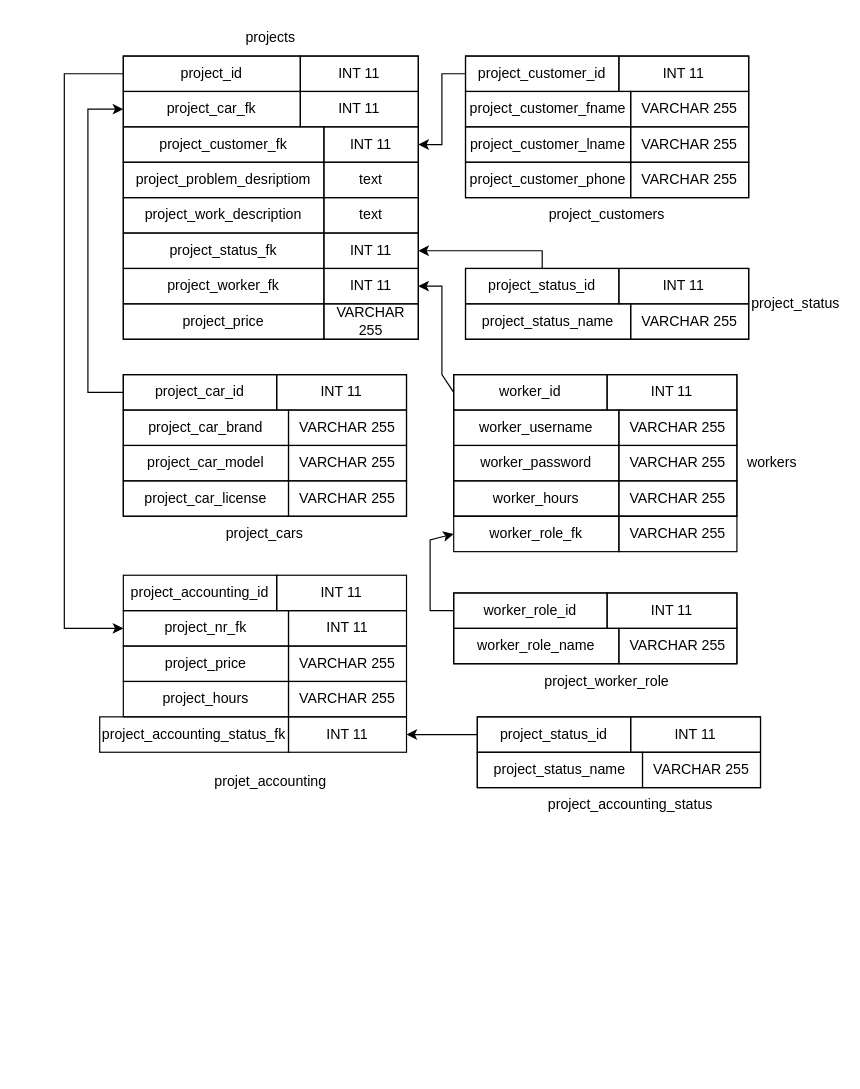
Earlier version of the draw.io diagram plans/av_web_slutproject_databas_diagram.drawio (RasLin1/av_web_uppg3). Source tidied: cells renumbered, new cells numbered last; positions are measured from the earlier drawing's top-left corner, leaving out a move shared by most shapes. Both pictures are drawn from the tidied source at 118%, with x=0, y=0 at pixel (64, 20).
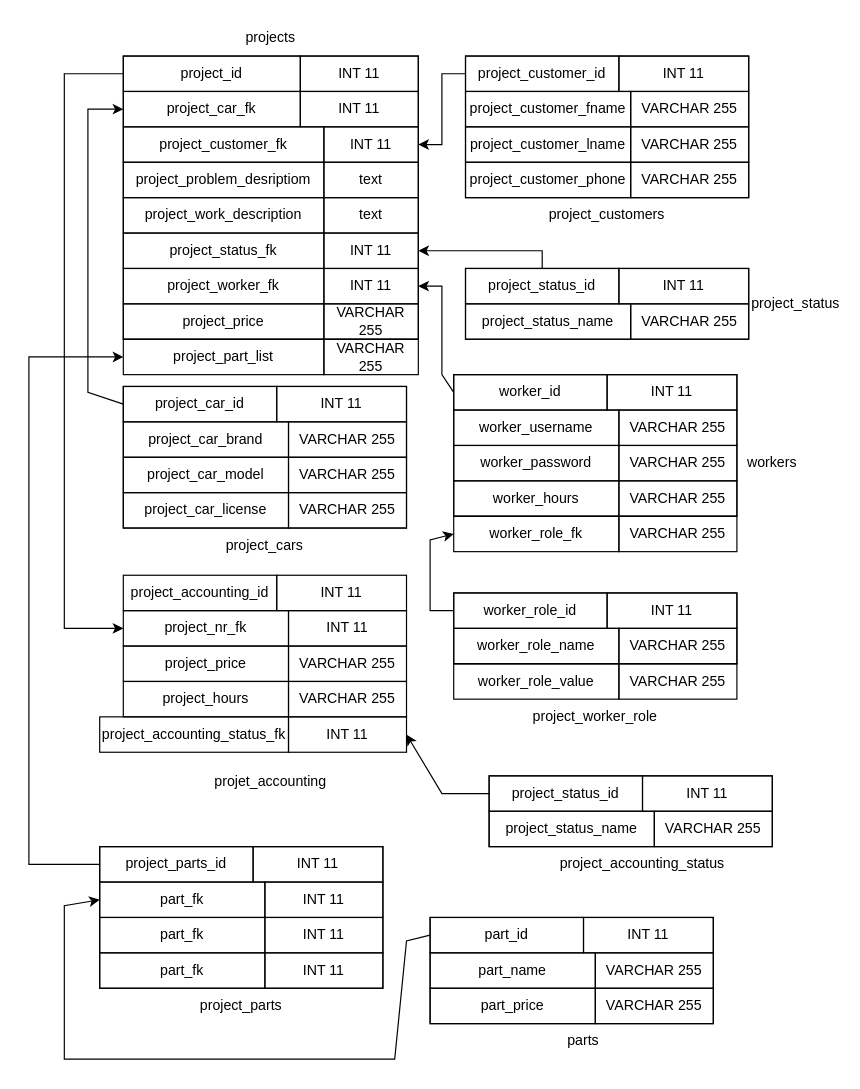
The same page after the edit.

Unchanged cells that the change refers to:
```xml
<mxCell id="58" value="INT 11" style="text;html=1;align=center;verticalAlign=middle;whiteSpace=wrap;rounded=0;strokeColor=default;" parent="1" vertex="1">
  <mxGeometry x="190" y="590" width="100" height="30" as="geometry" />
</mxCell>
```

Change to the diagram source:
```diff
@@
     <mxCell id="27" style="rounded=0;whiteSpace=wrap;html=1;" parent="1" vertex="1">
-      <mxGeometry x="50" y="300" width="240" height="120" as="geometry" />
+      <mxGeometry x="50" y="310" width="240" height="120" as="geometry" />
     </mxCell>
     <mxCell id="28" value="project_car_id" style="text;html=1;align=center;verticalAlign=middle;whiteSpace=wrap;rounded=0;strokeColor=default;" parent="1" vertex="1">
-      <mxGeometry x="50" y="300" width="130" height="30" as="geometry" />
+      <mxGeometry x="50" y="310" width="130" height="30" as="geometry" />
     </mxCell>
     <mxCell id="29" value="INT 11" style="text;html=1;align=center;verticalAlign=middle;whiteSpace=wrap;rounded=0;strokeColor=default;" parent="1" vertex="1">
-      <mxGeometry x="180" y="300" width="110" height="30" as="geometry" />
+      <mxGeometry x="180" y="310" width="110" height="30" as="geometry" />
     </mxCell>
     <mxCell id="30" value="project_car_brand" style="text;html=1;align=center;verticalAlign=middle;whiteSpace=wrap;rounded=0;strokeColor=default;" parent="1" vertex="1">
-      <mxGeometry x="50" y="330" width="140" height="30" as="geometry" />
+      <mxGeometry x="50" y="340" width="140" height="30" as="geometry" />
     </mxCell>
     <mxCell id="31" value="VARCHAR 255" style="text;html=1;align=center;verticalAlign=middle;whiteSpace=wrap;rounded=0;strokeColor=default;" parent="1" vertex="1">
-      <mxGeometry x="190" y="330" width="100" height="30" as="geometry" />
+      <mxGeometry x="190" y="340" width="100" height="30" as="geometry" />
     </mxCell>
     <mxCell id="32" value="project_car_model" style="text;html=1;align=center;verticalAlign=middle;whiteSpace=wrap;rounded=0;strokeColor=default;" parent="1" vertex="1">
-      <mxGeometry x="50" y="360" width="140" height="30" as="geometry" />
+      <mxGeometry x="50" y="370" width="140" height="30" as="geometry" />
     </mxCell>
     <mxCell id="33" value="VARCHAR 255" style="text;html=1;align=center;verticalAlign=middle;whiteSpace=wrap;rounded=0;strokeColor=default;" parent="1" vertex="1">
-      <mxGeometry x="190" y="360" width="100" height="30" as="geometry" />
+      <mxGeometry x="190" y="370" width="100" height="30" as="geometry" />
     </mxCell>
     <mxCell id="34" value="project_car_license" style="text;html=1;align=center;verticalAlign=middle;whiteSpace=wrap;rounded=0;strokeColor=default;" parent="1" vertex="1">
-      <mxGeometry x="50" y="390" width="140" height="30" as="geometry" />
+      <mxGeometry x="50" y="400" width="140" height="30" as="geometry" />
     </mxCell>
     <mxCell id="35" value="VARCHAR 255" style="text;html=1;align=center;verticalAlign=middle;whiteSpace=wrap;rounded=0;strokeColor=default;" parent="1" vertex="1">
-      <mxGeometry x="190" y="390" width="100" height="30" as="geometry" />
+      <mxGeometry x="190" y="400" width="100" height="30" as="geometry" />
     </mxCell>
     <mxCell id="36" value="project_cars" style="text;html=1;align=center;verticalAlign=middle;whiteSpace=wrap;rounded=0;" parent="1" vertex="1">
-      <mxGeometry x="140" y="420" width="60" height="30" as="geometry" />
+      <mxGeometry x="140" y="430" width="60" height="30" as="geometry" />
     </mxCell>
@@
     <mxCell id="59" style="rounded=0;whiteSpace=wrap;html=1;" parent="1" vertex="1">
-      <mxGeometry x="350" y="590" width="240" height="60" as="geometry" />
+      <mxGeometry x="360" y="640" width="240" height="60" as="geometry" />
     </mxCell>
     <mxCell id="60" value="project_status_id" style="text;html=1;align=center;verticalAlign=middle;whiteSpace=wrap;rounded=0;strokeColor=default;" parent="1" vertex="1">
-      <mxGeometry x="350" y="590" width="130" height="30" as="geometry" />
+      <mxGeometry x="360" y="640" width="130" height="30" as="geometry" />
     </mxCell>
     <mxCell id="61" value="INT 11" style="text;html=1;align=center;verticalAlign=middle;whiteSpace=wrap;rounded=0;strokeColor=default;" parent="1" vertex="1">
-      <mxGeometry x="480" y="590" width="110" height="30" as="geometry" />
+      <mxGeometry x="490" y="640" width="110" height="30" as="geometry" />
     </mxCell>
     <mxCell id="62" value="project_status_name" style="text;html=1;align=center;verticalAlign=middle;whiteSpace=wrap;rounded=0;strokeColor=default;" parent="1" vertex="1">
-      <mxGeometry x="350" y="620" width="140" height="30" as="geometry" />
+      <mxGeometry x="360" y="670" width="140" height="30" as="geometry" />
     </mxCell>
     <mxCell id="63" value="VARCHAR 255" style="text;html=1;align=center;verticalAlign=middle;whiteSpace=wrap;rounded=0;strokeColor=default;" parent="1" vertex="1">
-      <mxGeometry x="490" y="620" width="100" height="30" as="geometry" />
+      <mxGeometry x="500" y="670" width="100" height="30" as="geometry" />
     </mxCell>
@@
     <mxCell id="65" value="project_accounting_status" style="text;html=1;align=center;verticalAlign=middle;whiteSpace=wrap;rounded=0;" parent="1" vertex="1">
-      <mxGeometry x="450" y="650" width="60" height="30" as="geometry" />
+      <mxGeometry x="460" y="700" width="60" height="30" as="geometry" />
     </mxCell>
     <mxCell id="66" style="endArrow=classic;html=1;rounded=0;exitX=0;exitY=0.5;exitDx=0;exitDy=0;entryX=1;entryY=0.5;entryDx=0;entryDy=0;" parent="1" edge="1" source="60" target="58">
       <mxGeometry relative="1" as="geometry">
         <Array as="points">
-          <mxPoint x="330" y="605" />
+          <mxPoint x="320" y="655" />
         </Array>
       </mxGeometry>
     </mxCell>
@@
     <mxCell id="85" value="project_worker_role" style="text;html=1;align=center;verticalAlign=middle;whiteSpace=wrap;rounded=0;" parent="1" vertex="1">
-      <mxGeometry x="430" y="545" width="60" height="30" as="geometry" />
+      <mxGeometry x="420" y="575" width="60" height="30" as="geometry" />
     </mxCell>
@@
+    <mxCell id="89" value="worker_role_value" style="text;html=1;align=center;verticalAlign=middle;whiteSpace=wrap;rounded=0;strokeColor=default;" parent="1" vertex="1">
+      <mxGeometry x="330" y="545" width="140" height="30" as="geometry" />
+    </mxCell>
+    <mxCell id="90" value="VARCHAR 255" style="text;html=1;align=center;verticalAlign=middle;whiteSpace=wrap;rounded=0;strokeColor=default;" parent="1" vertex="1">
+      <mxGeometry x="470" y="545" width="100" height="30" as="geometry" />
+    </mxCell>
+    <mxCell id="91" style="rounded=0;whiteSpace=wrap;html=1;" parent="1" vertex="1">
+      <mxGeometry x="30" y="700" width="240" height="120" as="geometry" />
+    </mxCell>
+    <mxCell id="92" value="project_parts_id" style="text;html=1;align=center;verticalAlign=middle;whiteSpace=wrap;rounded=0;strokeColor=default;" parent="1" vertex="1">
+      <mxGeometry x="30" y="700" width="130" height="30" as="geometry" />
+    </mxCell>
+    <mxCell id="93" value="INT 11" style="text;html=1;align=center;verticalAlign=middle;whiteSpace=wrap;rounded=0;strokeColor=default;" parent="1" vertex="1">
+      <mxGeometry x="160" y="700" width="110" height="30" as="geometry" />
+    </mxCell>
+    <mxCell id="94" value="part_fk" style="text;html=1;align=center;verticalAlign=middle;whiteSpace=wrap;rounded=0;strokeColor=default;" parent="1" vertex="1">
+      <mxGeometry x="30" y="730" width="140" height="30" as="geometry" />
+    </mxCell>
+    <mxCell id="95" value="INT 11" style="text;html=1;align=center;verticalAlign=middle;whiteSpace=wrap;rounded=0;strokeColor=default;" parent="1" vertex="1">
+      <mxGeometry x="170" y="730" width="100" height="30" as="geometry" />
+    </mxCell>
+    <mxCell id="96" value="part_fk" style="text;html=1;align=center;verticalAlign=middle;whiteSpace=wrap;rounded=0;strokeColor=default;" parent="1" vertex="1">
+      <mxGeometry x="30" y="760" width="140" height="30" as="geometry" />
+    </mxCell>
+    <mxCell id="97" value="INT 11" style="text;html=1;align=center;verticalAlign=middle;whiteSpace=wrap;rounded=0;strokeColor=default;" parent="1" vertex="1">
+      <mxGeometry x="170" y="760" width="100" height="30" as="geometry" />
+    </mxCell>
+    <mxCell id="98" value="part_fk" style="text;html=1;align=center;verticalAlign=middle;whiteSpace=wrap;rounded=0;strokeColor=default;" parent="1" vertex="1">
+      <mxGeometry x="30" y="790" width="140" height="30" as="geometry" />
+    </mxCell>
+    <mxCell id="99" value="INT 11" style="text;html=1;align=center;verticalAlign=middle;whiteSpace=wrap;rounded=0;strokeColor=default;" parent="1" vertex="1">
+      <mxGeometry x="170" y="790" width="100" height="30" as="geometry" />
+    </mxCell>
+    <mxCell id="100" value="project_parts" style="text;html=1;align=center;verticalAlign=middle;whiteSpace=wrap;rounded=0;" parent="1" vertex="1">
+      <mxGeometry x="120" y="820" width="60" height="30" as="geometry" />
+    </mxCell>
+    <mxCell id="101" style="rounded=0;whiteSpace=wrap;html=1;" parent="1" vertex="1">
+      <mxGeometry x="310" y="760" width="240" height="90" as="geometry" />
+    </mxCell>
+    <mxCell id="102" value="part_id" style="text;html=1;align=center;verticalAlign=middle;whiteSpace=wrap;rounded=0;strokeColor=default;" parent="1" vertex="1">
+      <mxGeometry x="310" y="760" width="130" height="30" as="geometry" />
+    </mxCell>
+    <mxCell id="103" value="INT 11" style="text;html=1;align=center;verticalAlign=middle;whiteSpace=wrap;rounded=0;strokeColor=default;" parent="1" vertex="1">
+      <mxGeometry x="440" y="760" width="110" height="30" as="geometry" />
+    </mxCell>
+    <mxCell id="104" value="part_name" style="text;html=1;align=center;verticalAlign=middle;whiteSpace=wrap;rounded=0;strokeColor=default;" parent="1" vertex="1">
+      <mxGeometry x="310" y="790" width="140" height="30" as="geometry" />
+    </mxCell>
+    <mxCell id="105" value="VARCHAR 255" style="text;html=1;align=center;verticalAlign=middle;whiteSpace=wrap;rounded=0;strokeColor=default;" parent="1" vertex="1">
+      <mxGeometry x="450" y="790" width="100" height="30" as="geometry" />
+    </mxCell>
+    <mxCell id="106" value="part_price" style="text;html=1;align=center;verticalAlign=middle;whiteSpace=wrap;rounded=0;strokeColor=default;" parent="1" vertex="1">
+      <mxGeometry x="310" y="820" width="140" height="30" as="geometry" />
+    </mxCell>
+    <mxCell id="107" value="VARCHAR 255" style="text;html=1;align=center;verticalAlign=middle;whiteSpace=wrap;rounded=0;strokeColor=default;" parent="1" vertex="1">
+      <mxGeometry x="450" y="820" width="100" height="30" as="geometry" />
+    </mxCell>
+    <mxCell id="108" value="parts" style="text;html=1;align=center;verticalAlign=middle;whiteSpace=wrap;rounded=0;" parent="1" vertex="1">
+      <mxGeometry x="410" y="850" width="60" height="30" as="geometry" />
+    </mxCell>
+    <mxCell id="109" value="project_part_list" style="text;html=1;align=center;verticalAlign=middle;whiteSpace=wrap;rounded=0;strokeColor=default;" parent="1" vertex="1">
+      <mxGeometry x="50" y="270" width="170" height="30" as="geometry" />
+    </mxCell>
+    <mxCell id="110" value="VARCHAR 255" style="text;html=1;align=center;verticalAlign=middle;whiteSpace=wrap;rounded=0;strokeColor=default;" parent="1" vertex="1">
+      <mxGeometry x="220" y="270" width="80" height="30" as="geometry" />
+    </mxCell>
+    <mxCell id="111" style="endArrow=classic;html=1;rounded=0;entryX=0;entryY=0.5;entryDx=0;entryDy=0;exitX=0;exitY=0.5;exitDx=0;exitDy=0;" parent="1" edge="1" source="92" target="109">
+      <mxGeometry relative="1" as="geometry">
+        <Array as="points">
+          <mxPoint x="-30" y="715" />
+          <mxPoint x="-30" y="285" />
+        </Array>
+      </mxGeometry>
+    </mxCell>
+    <mxCell id="112" style="endArrow=classic;html=1;rounded=0;entryX=0;entryY=0.5;entryDx=0;entryDy=0;exitX=0;exitY=0.5;exitDx=0;exitDy=0;" parent="1" edge="1" source="102" target="94">
+      <mxGeometry relative="1" as="geometry">
+        <Array as="points">
+          <mxPoint x="290" y="780" />
+          <mxPoint x="280" y="880" />
+          <mxPoint y="880" />
+          <mxPoint y="750" />
+        </Array>
+      </mxGeometry>
+    </mxCell>
```
